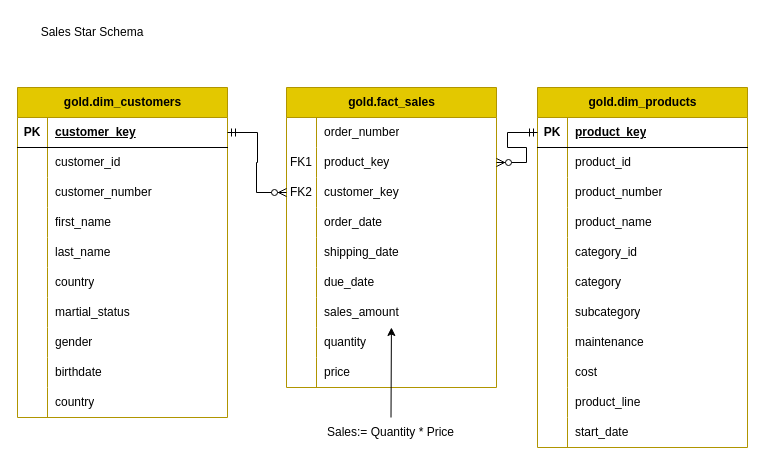
Before: data_model.drawio in Dynamic747/draw_io, a draw.io diagram. Source tidied: cells renumbered, new cells numbered last; positions are measured from the earlier drawing's top-left corner, leaving out a move shared by most shapes. Both pictures are drawn from the tidied source at 100%, with x=0, y=0 at pixel (17, 17).
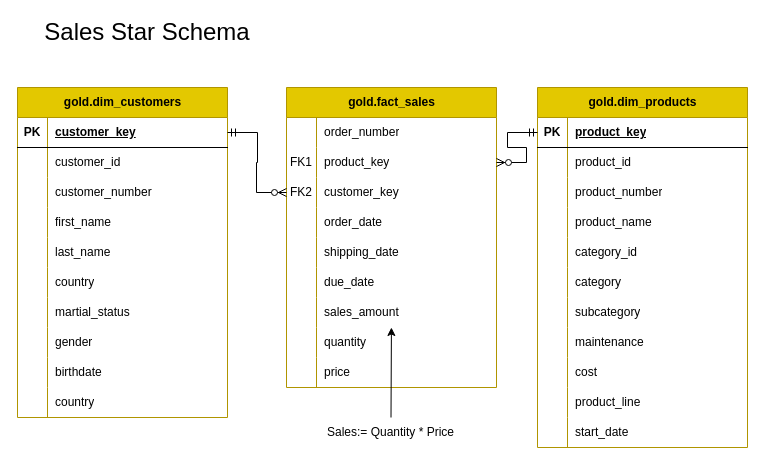
The same diagram, later.

The edit, as a diff of the source:
```diff
@@
-    <mxCell id="97" value="Sales Star Schema" style="text;html=1;align=center;verticalAlign=middle;whiteSpace=wrap;rounded=0;" parent="1" vertex="1">
-      <mxGeometry width="150" height="30" as="geometry" />
+    <mxCell id="97" value="Sales Star Schema" style="text;html=1;align=center;verticalAlign=middle;whiteSpace=wrap;rounded=0;fontSize=24;" parent="1" vertex="1">
+      <mxGeometry width="260" height="30" as="geometry" />
     </mxCell>
```
